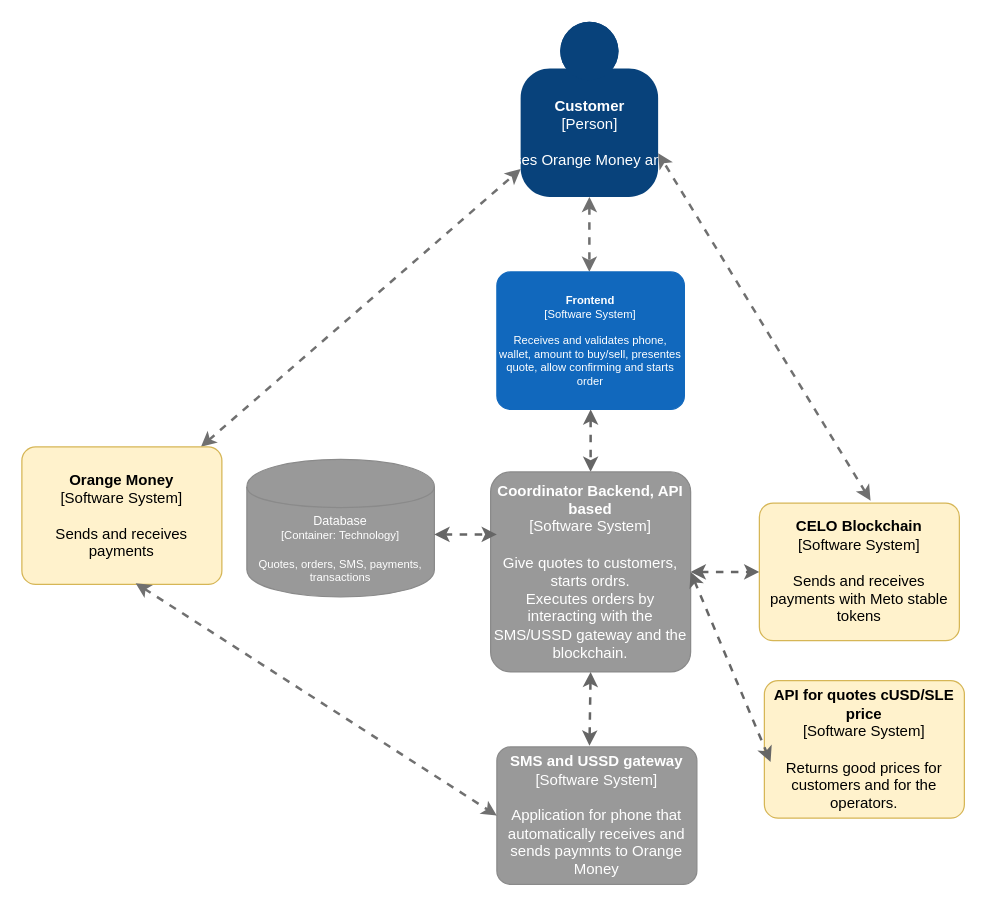
pasosdeJesus/stable-sl keeps this draw.io diagram as page "Architecture" (1 of 2) of doc/img/Architecture_stable-sl.drawio. Above is the earlier version. Source tidied: cells renumbered, new cells numbered last; positions are measured from the earlier drawing's top-left corner, leaving out a move shared by most shapes. Both pictures are drawn from the tidied source at 125%, with x=0, y=0 at pixel (21, 21).
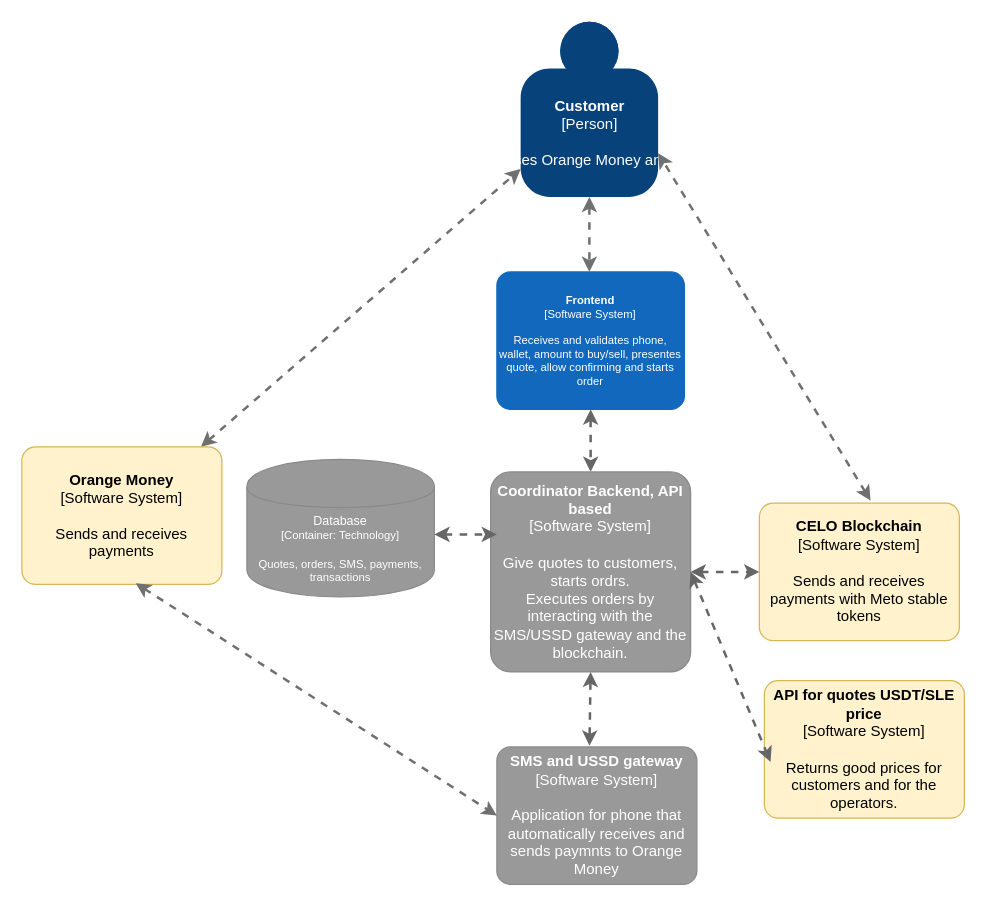
After the change.

The edit, as a diff of the source:
```diff
@@
-    <object id="18" label="&lt;b&gt;%c4Name%&lt;/b&gt;&lt;div&gt;[%c4Type%]&lt;/div&gt;&lt;br&gt;&lt;div&gt;%c4Description%&lt;/div&gt;" c4Description="Returns good prices for customers and for the operators." c4Name="API for quotes cUSD/SLE price" c4Type="Software System" placeholders="1">
+    <object id="18" label="&lt;b&gt;%c4Name%&lt;/b&gt;&lt;div&gt;[%c4Type%]&lt;/div&gt;&lt;br&gt;&lt;div&gt;%c4Description%&lt;/div&gt;" c4Description="Returns good prices for customers and for the operators." c4Name="API for quotes USDT/SLE price" c4Type="Software System" placeholders="1">
       <mxCell style="rounded=1;whiteSpace=wrap;html=1;labelBackgroundColor=none;fillColor=#fff2cc;align=center;arcSize=10;strokeColor=#d6b656;metaData={&quot;c4Type&quot;:{&quot;editable&quot;:false}};points=[[0.25,0,0],[0.5,0,0],[0.75,0,0],[1,0.25,0],[1,0.5,0],[1,0.75,0],[0.75,1,0],[0.5,1,0],[0.25,1,0],[0,0.75,0],[0,0.5,0],[0,0.25,0]];" parent="1" vertex="1">
         <mxGeometry x="594" y="527" width="160" height="110" as="geometry" />
       </mxCell>
     </object>
```
